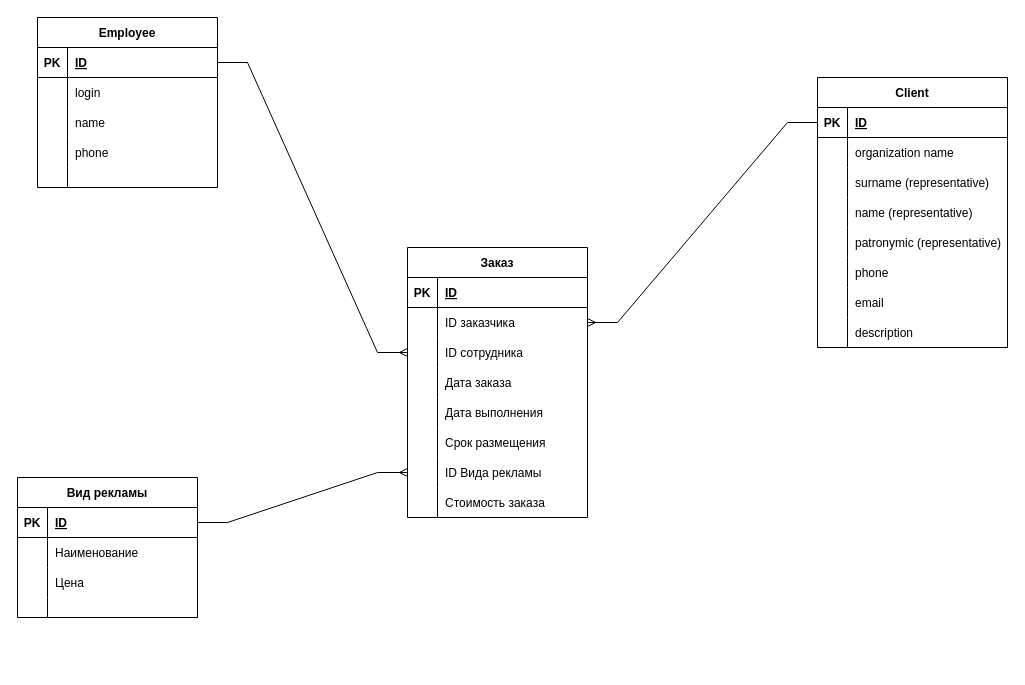
This is Курсовая.drawio from luckyfail777/-, a draw.io file, before an edit. Source tidied: cells renumbered, new cells numbered last; positions are measured from the earlier drawing's top-left corner, leaving out a move shared by most shapes. Both pictures are drawn from the tidied source at 100%, with x=0, y=0 at pixel (17, 17).
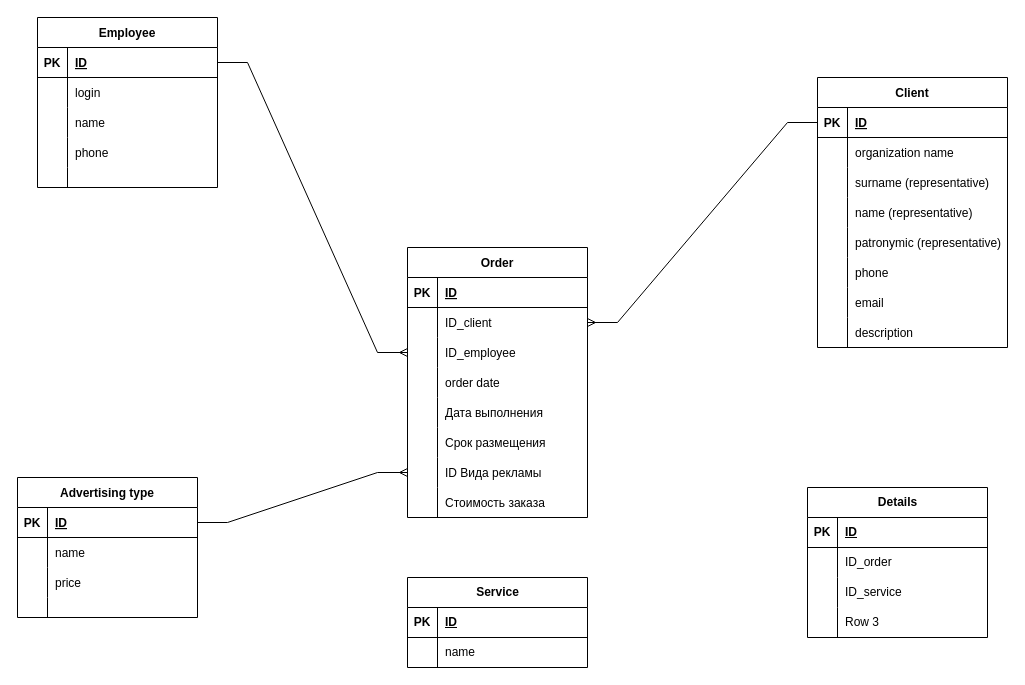
After the change.

Unchanged cells that the change refers to:
```xml
<mxCell id="47" style="shape=tableRow;horizontal=0;startSize=0;swimlaneHead=0;swimlaneBody=0;fillColor=none;points=[[0,0.5],[1,0.5]];portConstraint=eastwest;top=0;left=0;right=0;bottom=0;" parent="43" vertex="1">
  <mxGeometry y="60" width="180" height="30" as="geometry" />
</mxCell>
<mxCell id="50" style="shape=tableRow;horizontal=0;startSize=0;swimlaneHead=0;swimlaneBody=0;fillColor=none;points=[[0,0.5],[1,0.5]];portConstraint=eastwest;top=0;left=0;right=0;bottom=0;" parent="43" vertex="1">
  <mxGeometry y="90" width="180" height="30" as="geometry" />
</mxCell>
<mxCell id="53" style="shape=tableRow;horizontal=0;startSize=0;swimlaneHead=0;swimlaneBody=0;fillColor=none;top=0;left=0;right=0;bottom=0;" parent="43" vertex="1">
  <mxGeometry y="120" width="180" height="30" as="geometry" />
</mxCell>
<mxCell id="72" style="shape=tableRow;horizontal=0;startSize=0;swimlaneHead=0;swimlaneBody=0;fillColor=none;top=0;left=0;right=0;bottom=0;" parent="68" vertex="1">
  <mxGeometry y="60" width="180" height="30" as="geometry" />
</mxCell>
<mxCell id="75" style="shape=tableRow;horizontal=0;startSize=0;swimlaneHead=0;swimlaneBody=0;fillColor=none;top=0;left=0;right=0;bottom=0;" parent="68" vertex="1">
  <mxGeometry y="90" width="180" height="30" as="geometry" />
</mxCell>
```

What changed in the source:
```diff
@@
-    <mxCell id="43" value="Заказ" style="shape=table;startSize=30;childLayout=tableLayout;rowLines=0;fontStyle=1;align=center;" parent="1" vertex="1">
+    <mxCell id="43" value="Order" style="shape=table;startSize=30;childLayout=tableLayout;rowLines=0;fontStyle=1;align=center;" parent="1" vertex="1">
       <mxGeometry x="390" y="230" width="180" height="270" as="geometry" />
     </mxCell>
@@
-    <mxCell id="49" value="ID заказчика" style="shape=partialRectangle;fillColor=none;top=0;left=0;bottom=0;right=0;align=left;spacingLeft=6;overflow=hidden;" parent="47" vertex="1">
+    <mxCell id="49" value="ID_client" style="shape=partialRectangle;fillColor=none;top=0;left=0;bottom=0;right=0;align=left;spacingLeft=6;overflow=hidden;" parent="47" vertex="1">
       <mxGeometry x="30" width="150" height="30" as="geometry" />
     </mxCell>
@@
-    <mxCell id="52" value="ID сотрудника" style="shape=partialRectangle;fillColor=none;top=0;left=0;bottom=0;right=0;align=left;spacingLeft=6;overflow=hidden;" parent="50" vertex="1">
+    <mxCell id="52" value="ID_employee" style="shape=partialRectangle;fillColor=none;top=0;left=0;bottom=0;right=0;align=left;spacingLeft=6;overflow=hidden;" parent="50" vertex="1">
       <mxGeometry x="30" width="150" height="30" as="geometry" />
     </mxCell>
@@
-    <mxCell id="55" value="Дата заказа" style="shape=partialRectangle;fillColor=none;top=0;left=0;bottom=0;right=0;align=left;spacingLeft=6;overflow=hidden;" parent="53" vertex="1">
+    <mxCell id="55" value="order date" style="shape=partialRectangle;fillColor=none;top=0;left=0;bottom=0;right=0;align=left;spacingLeft=6;overflow=hidden;" parent="53" vertex="1">
       <mxGeometry x="30" width="150" height="30" as="geometry" />
     </mxCell>
@@
-    <mxCell id="68" value="Вид рекламы" style="shape=table;startSize=30;childLayout=tableLayout;rowLines=0;fontStyle=1;align=center;" parent="1" vertex="1">
+    <mxCell id="68" value="Advertising type" style="shape=table;startSize=30;childLayout=tableLayout;rowLines=0;fontStyle=1;align=center;" parent="1" vertex="1">
       <mxGeometry y="460" width="180" height="140" as="geometry" />
     </mxCell>
@@
-    <mxCell id="74" value="Наименование" style="shape=partialRectangle;fillColor=none;top=0;left=0;bottom=0;right=0;align=left;spacingLeft=6;overflow=hidden;" parent="72" vertex="1">
+    <mxCell id="74" value="name" style="shape=partialRectangle;fillColor=none;top=0;left=0;bottom=0;right=0;align=left;spacingLeft=6;overflow=hidden;" parent="72" vertex="1">
       <mxGeometry x="30" width="150" height="30" as="geometry" />
     </mxCell>
@@
-    <mxCell id="77" value="Цена" style="shape=partialRectangle;fillColor=none;top=0;left=0;bottom=0;right=0;align=left;spacingLeft=6;overflow=hidden;" parent="75" vertex="1">
+    <mxCell id="77" value="price" style="shape=partialRectangle;fillColor=none;top=0;left=0;bottom=0;right=0;align=left;spacingLeft=6;overflow=hidden;" parent="75" vertex="1">
       <mxGeometry x="30" width="150" height="30" as="geometry" />
     </mxCell>
@@
+    <mxCell id="84" value="Service" style="shape=table;startSize=30;childLayout=tableLayout;rowLines=0;fontStyle=1;align=center;html=1;" parent="1" vertex="1">
+      <mxGeometry x="390" y="560" width="180" height="90" as="geometry" />
+    </mxCell>
+    <mxCell id="85" style="shape=tableRow;horizontal=0;startSize=0;swimlaneHead=0;swimlaneBody=0;fillColor=none;top=0;left=0;right=0;bottom=1;" parent="84" vertex="1">
+      <mxGeometry y="30" width="180" height="30" as="geometry" />
+    </mxCell>
+    <mxCell id="86" value="PK" style="shape=partialRectangle;fillColor=none;top=0;left=0;bottom=0;right=0;fontStyle=1;overflow=hidden;whiteSpace=wrap;html=1;" parent="85" vertex="1">
+      <mxGeometry width="30" height="30" as="geometry" />
+    </mxCell>
+    <mxCell id="87" value="ID" style="shape=partialRectangle;fillColor=none;top=0;left=0;bottom=0;right=0;align=left;spacingLeft=6;fontStyle=5;overflow=hidden;whiteSpace=wrap;html=1;" parent="85" vertex="1">
+      <mxGeometry x="30" width="150" height="30" as="geometry" />
+    </mxCell>
+    <mxCell id="88" style="shape=tableRow;horizontal=0;startSize=0;swimlaneHead=0;swimlaneBody=0;fillColor=none;top=0;left=0;right=0;bottom=0;" parent="84" vertex="1">
+      <mxGeometry y="60" width="180" height="30" as="geometry" />
+    </mxCell>
+    <mxCell id="89" style="shape=partialRectangle;fillColor=none;top=0;left=0;bottom=0;right=0;overflow=hidden;whiteSpace=wrap;html=1;" parent="88" vertex="1">
+      <mxGeometry width="30" height="30" as="geometry" />
+    </mxCell>
+    <mxCell id="90" value="name" style="shape=partialRectangle;fillColor=none;top=0;left=0;bottom=0;right=0;align=left;spacingLeft=6;overflow=hidden;whiteSpace=wrap;html=1;" parent="88" vertex="1">
+      <mxGeometry x="30" width="150" height="30" as="geometry" />
+    </mxCell>
+    <mxCell id="91" value="Details" style="shape=table;startSize=30;childLayout=tableLayout;rowLines=0;fontStyle=1;align=center;html=1;" parent="1" vertex="1">
+      <mxGeometry x="790" y="470" width="180" height="150" as="geometry" />
+    </mxCell>
+    <mxCell id="92" style="shape=tableRow;horizontal=0;startSize=0;swimlaneHead=0;swimlaneBody=0;fillColor=none;top=0;left=0;right=0;bottom=1;" parent="91" vertex="1">
+      <mxGeometry y="30" width="180" height="30" as="geometry" />
+    </mxCell>
+    <mxCell id="93" value="PK" style="shape=partialRectangle;fillColor=none;top=0;left=0;bottom=0;right=0;fontStyle=1;overflow=hidden;whiteSpace=wrap;html=1;" parent="92" vertex="1">
+      <mxGeometry width="30" height="30" as="geometry" />
+    </mxCell>
+    <mxCell id="94" value="ID" style="shape=partialRectangle;fillColor=none;top=0;left=0;bottom=0;right=0;align=left;spacingLeft=6;fontStyle=5;overflow=hidden;whiteSpace=wrap;html=1;" parent="92" vertex="1">
+      <mxGeometry x="30" width="150" height="30" as="geometry" />
+    </mxCell>
+    <mxCell id="95" style="shape=tableRow;horizontal=0;startSize=0;swimlaneHead=0;swimlaneBody=0;fillColor=none;top=0;left=0;right=0;bottom=0;" parent="91" vertex="1">
+      <mxGeometry y="60" width="180" height="30" as="geometry" />
+    </mxCell>
+    <mxCell id="96" style="shape=partialRectangle;fillColor=none;top=0;left=0;bottom=0;right=0;overflow=hidden;whiteSpace=wrap;html=1;" parent="95" vertex="1">
+      <mxGeometry width="30" height="30" as="geometry" />
+    </mxCell>
+    <mxCell id="97" value="ID_order" style="shape=partialRectangle;fillColor=none;top=0;left=0;bottom=0;right=0;align=left;spacingLeft=6;overflow=hidden;whiteSpace=wrap;html=1;" parent="95" vertex="1">
+      <mxGeometry x="30" width="150" height="30" as="geometry" />
+    </mxCell>
+    <mxCell id="98" style="shape=tableRow;horizontal=0;startSize=0;swimlaneHead=0;swimlaneBody=0;fillColor=none;top=0;left=0;right=0;bottom=0;" parent="91" vertex="1">
+      <mxGeometry y="90" width="180" height="30" as="geometry" />
+    </mxCell>
+    <mxCell id="99" style="shape=partialRectangle;fillColor=none;top=0;left=0;bottom=0;right=0;overflow=hidden;whiteSpace=wrap;html=1;" parent="98" vertex="1">
+      <mxGeometry width="30" height="30" as="geometry" />
+    </mxCell>
+    <mxCell id="100" value="ID_service" style="shape=partialRectangle;fillColor=none;top=0;left=0;bottom=0;right=0;align=left;spacingLeft=6;overflow=hidden;whiteSpace=wrap;html=1;" parent="98" vertex="1">
+      <mxGeometry x="30" width="150" height="30" as="geometry" />
+    </mxCell>
+    <mxCell id="101" style="shape=tableRow;horizontal=0;startSize=0;swimlaneHead=0;swimlaneBody=0;fillColor=none;top=0;left=0;right=0;bottom=0;" parent="91" vertex="1">
+      <mxGeometry y="120" width="180" height="30" as="geometry" />
+    </mxCell>
+    <mxCell id="102" style="shape=partialRectangle;fillColor=none;top=0;left=0;bottom=0;right=0;overflow=hidden;whiteSpace=wrap;html=1;" parent="101" vertex="1">
+      <mxGeometry width="30" height="30" as="geometry" />
+    </mxCell>
+    <mxCell id="103" value="Row 3" style="shape=partialRectangle;fillColor=none;top=0;left=0;bottom=0;right=0;align=left;spacingLeft=6;overflow=hidden;whiteSpace=wrap;html=1;" parent="101" vertex="1">
+      <mxGeometry x="30" width="150" height="30" as="geometry" />
+    </mxCell>
```
